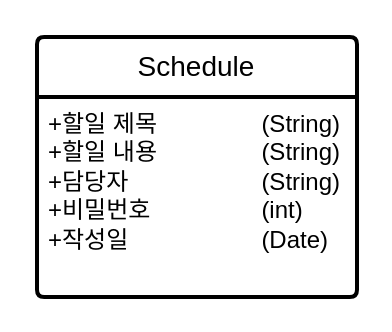
Earlier version of the draw.io diagram Scheduler.drawio (kwj0605/SCHEDULER). Source tidied: cells renumbered, new cells numbered last; positions are measured from the earlier drawing's top-left corner, leaving out a move shared by most shapes. Both pictures are drawn from the tidied source at 200%, with x=0, y=0 at pixel (36, 36).
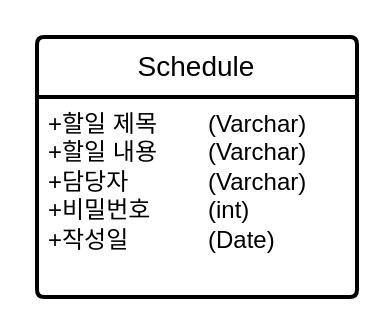
Above is the later version.

Diff of the diagram source:
```diff
@@
 <mxGraphModel>
   <root>
     <mxCell id="0" />
     <mxCell id="1" parent="0" />
     <mxCell id="2" value="Schedule" style="swimlane;horizontal=1;startSize=30;rounded=1;fontSize=14;fontStyle=0;strokeWidth=2;shadow=0;dashed=0;align=center;arcSize=4;whiteSpace=wrap;html=1;" parent="1" vertex="1">
       <mxGeometry width="160" height="130" as="geometry" />
     </mxCell>
-    <mxCell id="3" value="+할일 제목&amp;nbsp;&lt;span style=&quot;white-space: pre;&quot;&gt;&#9;&lt;/span&gt;&lt;span style=&quot;white-space: pre;&quot;&gt;&#9;&lt;/span&gt;(String)&lt;br&gt;+할일 내용&lt;span style=&quot;white-space: pre;&quot;&gt;&#9;&lt;/span&gt;&lt;span style=&quot;white-space: pre;&quot;&gt;&#9;&lt;/span&gt;(String)&lt;div&gt;+담당자&lt;span style=&quot;white-space: pre;&quot;&gt;&#9;&lt;/span&gt;&lt;span style=&quot;white-space: pre;&quot;&gt;&#9;&lt;/span&gt;&lt;span style=&quot;white-space: pre;&quot;&gt;&#9;&lt;/span&gt;(String)&lt;/div&gt;&lt;div&gt;&lt;div&gt;+비밀번호&amp;nbsp;&amp;nbsp;&lt;span style=&quot;white-space: pre;&quot;&gt;&#9;&lt;/span&gt;&lt;span style=&quot;white-space: pre;&quot;&gt;&#9;&lt;/span&gt;(int)&lt;/div&gt;&lt;div&gt;+작성일&lt;span style=&quot;white-space: pre;&quot;&gt;&#9;&lt;/span&gt;&lt;span style=&quot;white-space: pre;&quot;&gt;&#9;&lt;/span&gt;&lt;span style=&quot;white-space: pre;&quot;&gt;&#9;&lt;/span&gt;(Date)&lt;/div&gt;&lt;/div&gt;" style="align=left;strokeColor=none;fillColor=none;spacingLeft=4;fontSize=12;verticalAlign=top;html=1;" parent="2" vertex="1">
+    <mxCell id="3" value="+할일 제목&amp;nbsp;&lt;span style=&quot;white-space: pre;&quot;&gt;&#9;&lt;/span&gt;(Varchar)&lt;br&gt;+할일 내용&lt;span style=&quot;white-space: pre;&quot;&gt;&#9;&lt;/span&gt;(Varchar)&lt;div&gt;+담당자&lt;span style=&quot;white-space: pre;&quot;&gt;&#9;&lt;/span&gt;&lt;span style=&quot;white-space: pre;&quot;&gt;&#9;&lt;/span&gt;(Varchar)&lt;/div&gt;&lt;div&gt;&lt;div&gt;+비밀번호&amp;nbsp;&amp;nbsp;&lt;span style=&quot;white-space: pre;&quot;&gt;&#9;&lt;/span&gt;(int)&lt;/div&gt;&lt;div&gt;+작성일&lt;span style=&quot;white-space: pre;&quot;&gt;&#9;&lt;/span&gt;&lt;span style=&quot;white-space: pre;&quot;&gt;&#9;&lt;/span&gt;(Date)&lt;/div&gt;&lt;/div&gt;" style="align=left;strokeColor=none;fillColor=none;spacingLeft=4;fontSize=12;verticalAlign=top;html=1;" parent="2" vertex="1">
       <mxGeometry y="30" width="160" height="100" as="geometry" />
     </mxCell>
   </root>
 </mxGraphModel>
```
